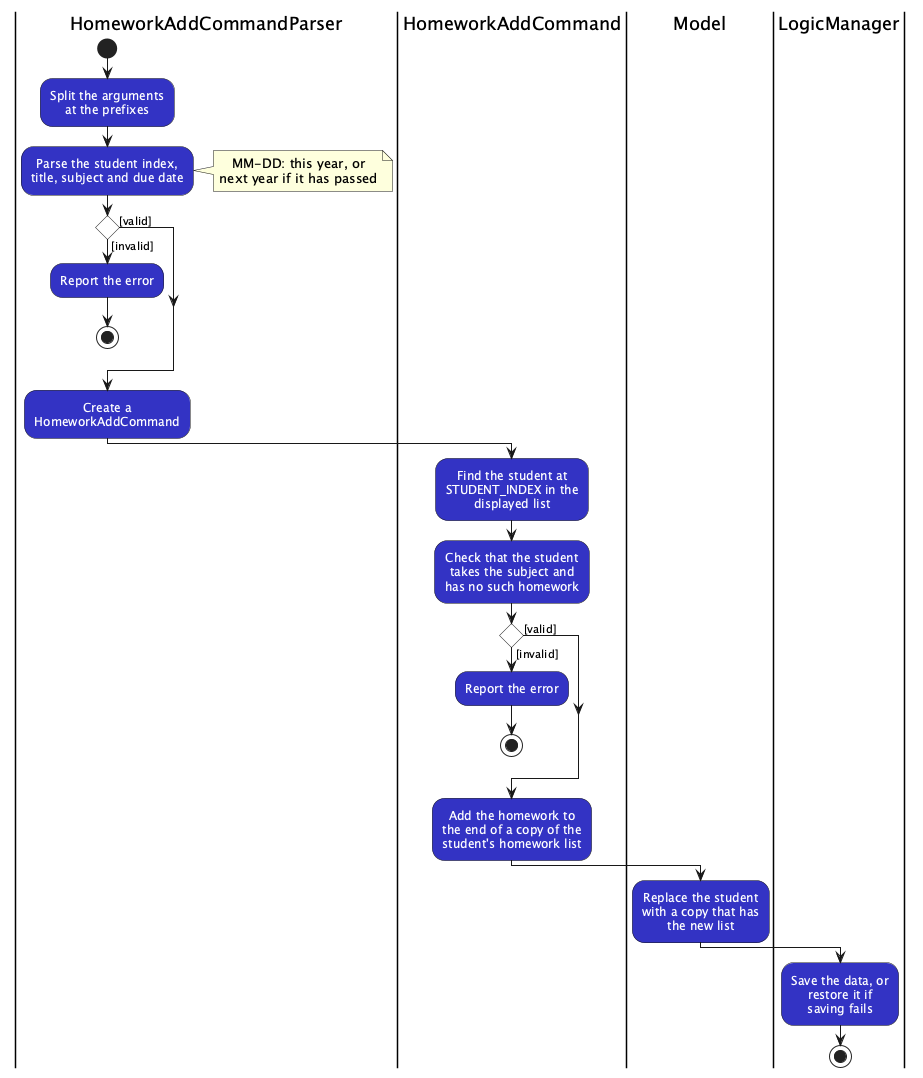
Above: docs/images/HomeworkAddActivityDiagram.png in AY2627S1-CS2103-F12-1/tp (PlantUML), before the change. The source it was exported from:
```plantuml
@startuml
!include style.puml
skinparam activityBackgroundColor LOGIC_COLOR
skinparam activityFontColor #FFFFFF
skinparam activityDiamondBackgroundColor #FFFFFF
skinparam activityDiamondFontColor #000000
skinparam ArrowFontStyle plain

|HomeworkAddCommandParser|
start
:Split the arguments
at the prefixes;
:Parse the student index,
title, subject and due date;
note right
  MM-DD: this year, or
  next year if it has passed
end note
if () then ([valid])
else ([invalid])
  :Report the error;
  stop
endif
:Create a
HomeworkAddCommand;

|HomeworkAddCommand|
:Find the student at
STUDENT_INDEX in the
displayed list;
:Check that the student
takes the subject and
has no such homework;
if () then ([valid])
else ([invalid])
  :Report the error;
  stop
endif
:Add the homework to
the end of a copy of the
student's homework list;

|Model|
:Replace the student
with a copy that has
the new list;

|LogicManager|
:Save the data, or
restore it if
saving fails;
stop
@enduml
```
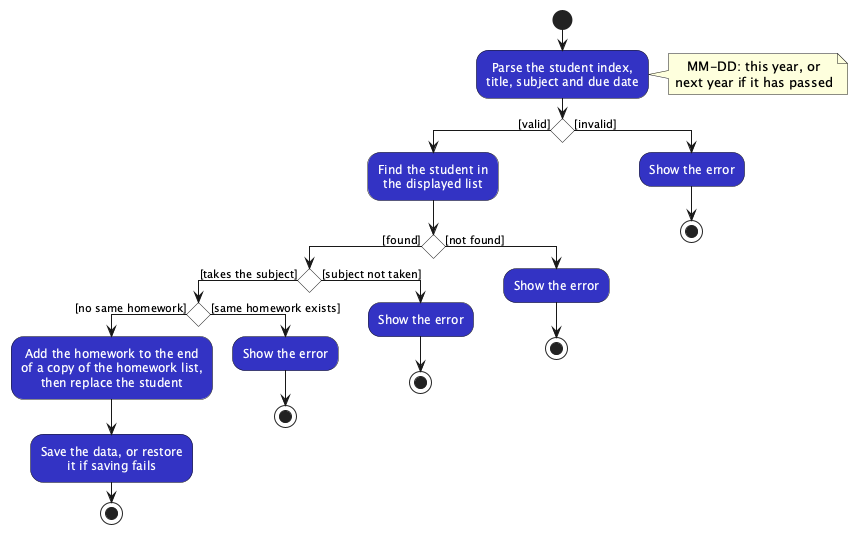
The same file after the commit.

Commit message:
DG: Make the homework diagrams easier to read

Change to the diagram source:
```diff
@@ -6,10 +6,7 @@
 skinparam activityDiamondFontColor #000000
 skinparam ArrowFontStyle plain
 
-|HomeworkAddCommandParser|
 start
-:Split the arguments
-at the prefixes;
 :Parse the student index,
 title, subject and due date;
 note right
@@ -17,37 +14,31 @@
   next year if it has passed
 end note
 if () then ([valid])
+  :Find the student in
+  the displayed list;
+  if () then ([found])
+    if () then ([takes the subject])
+      if () then ([no same homework])
+        :Add the homework to the end
+        of a copy of the homework list,
+        then replace the student;
+        :Save the data, or restore
+        it if saving fails;
+        stop
+      else ([same homework exists])
+        :Show the error;
+        stop
+      endif
+    else ([subject not taken])
+      :Show the error;
+      stop
+    endif
+  else ([not found])
+    :Show the error;
+    stop
+  endif
 else ([invalid])
-  :Report the error;
+  :Show the error;
   stop
 endif
-:Create a
-HomeworkAddCommand;
-
-|HomeworkAddCommand|
-:Find the student at
-STUDENT_INDEX in the
-displayed list;
-:Check that the student
-takes the subject and
-has no such homework;
-if () then ([valid])
-else ([invalid])
-  :Report the error;
-  stop
-endif
-:Add the homework to
-the end of a copy of the
-student's homework list;
-
-|Model|
-:Replace the student
-with a copy that has
-the new list;
-
-|LogicManager|
-:Save the data, or
-restore it if
-saving fails;
-stop
 @enduml
```
